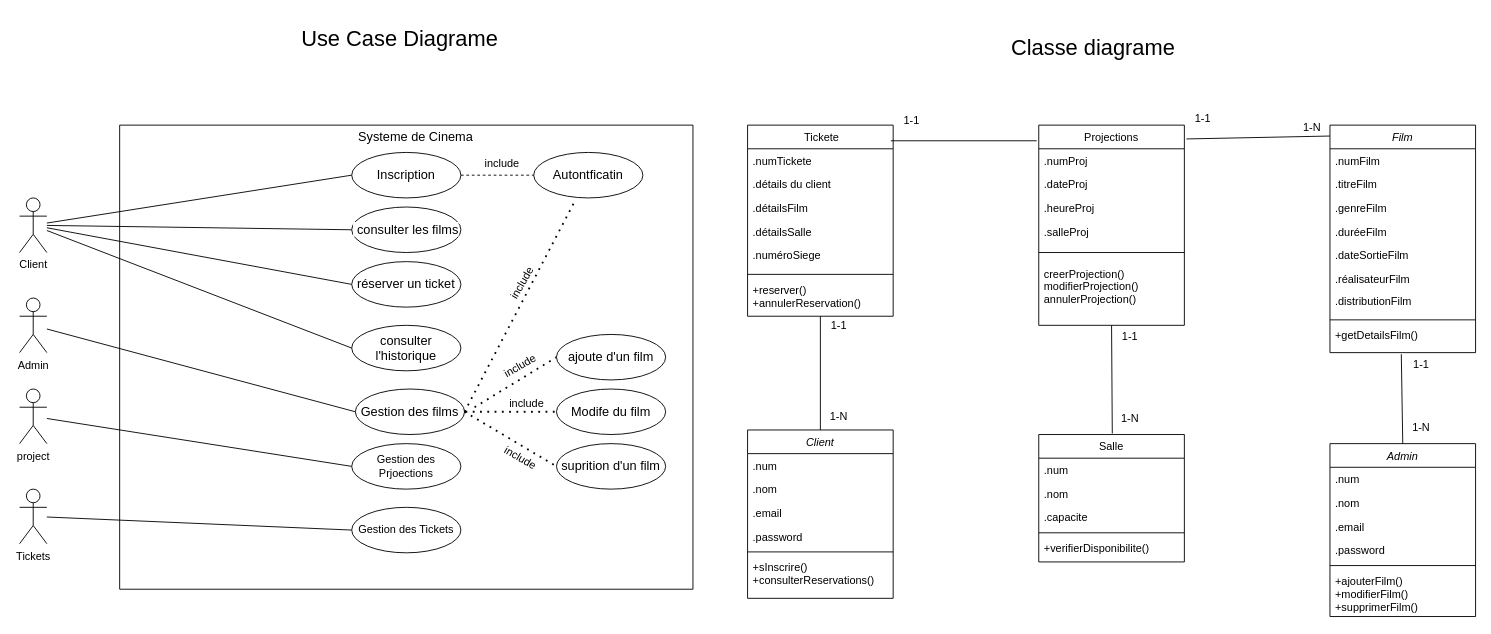
Above: Untitled Diagram.drawio in hamza-saaf/Gestion_d-une_Base_de_Donn-es_de_Cin-ma_Brief_9 (draw.io), before the change. Source tidied: cells renumbered, new cells numbered last; positions are measured from the earlier drawing's top-left corner, leaving out a move shared by most shapes. Both pictures are drawn from the tidied source at 91%, with x=0, y=0 at pixel (19, 15).
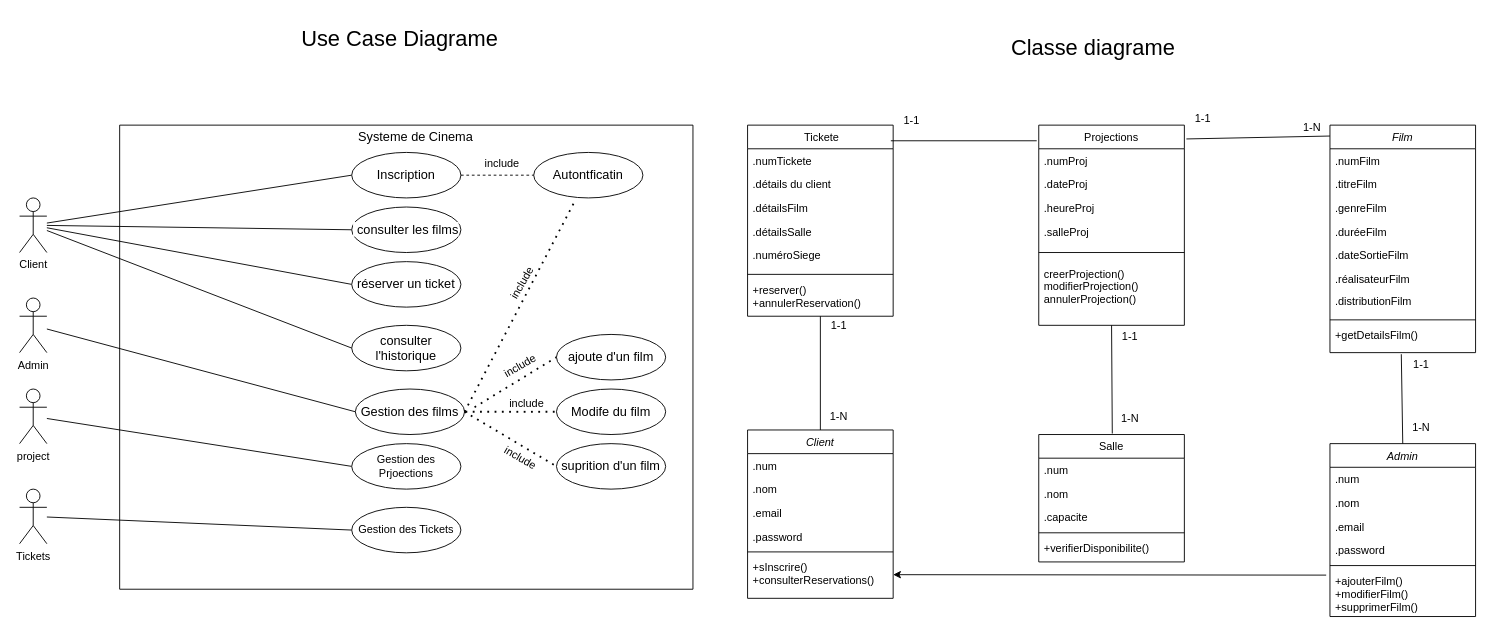
The same diagram, later.

Commit message:
Conception UML

The change refers to these unchanged cells:
```xml
<mxCell id="52" value="+ajouterFilm()&#10;+modifierFilm()&#10;+supprimerFilm()" style="text;align=left;verticalAlign=top;spacingLeft=4;spacingRight=4;overflow=hidden;points=[[0,0.5],[1,0.5]];portConstraint=eastwest;rounded=0;shadow=0;html=0;" parent="46" vertex="1">
  <mxGeometry y="138" width="160" height="52" as="geometry" />
</mxCell>
<mxCell id="59" value="+sInscrire()&#10;+consulterReservations()" style="text;align=left;verticalAlign=top;spacingLeft=4;spacingRight=4;overflow=hidden;points=[[0,0.5],[1,0.5]];portConstraint=eastwest;rounded=0;shadow=0;html=0;" parent="53" vertex="1">
  <mxGeometry y="138" width="160" height="42" as="geometry" />
</mxCell>
```

What changed in the source:
```diff
@@
+    <mxCell id="97" style="endArrow=classic;html=1;rounded=0;entryX=1;entryY=0.5;entryDx=0;entryDy=0;exitX=-0.026;exitY=0.125;exitDx=0;exitDy=0;exitPerimeter=0;" parent="1" edge="1" source="52" target="59">
+      <mxGeometry relative="1" as="geometry" />
+    </mxCell>
```
